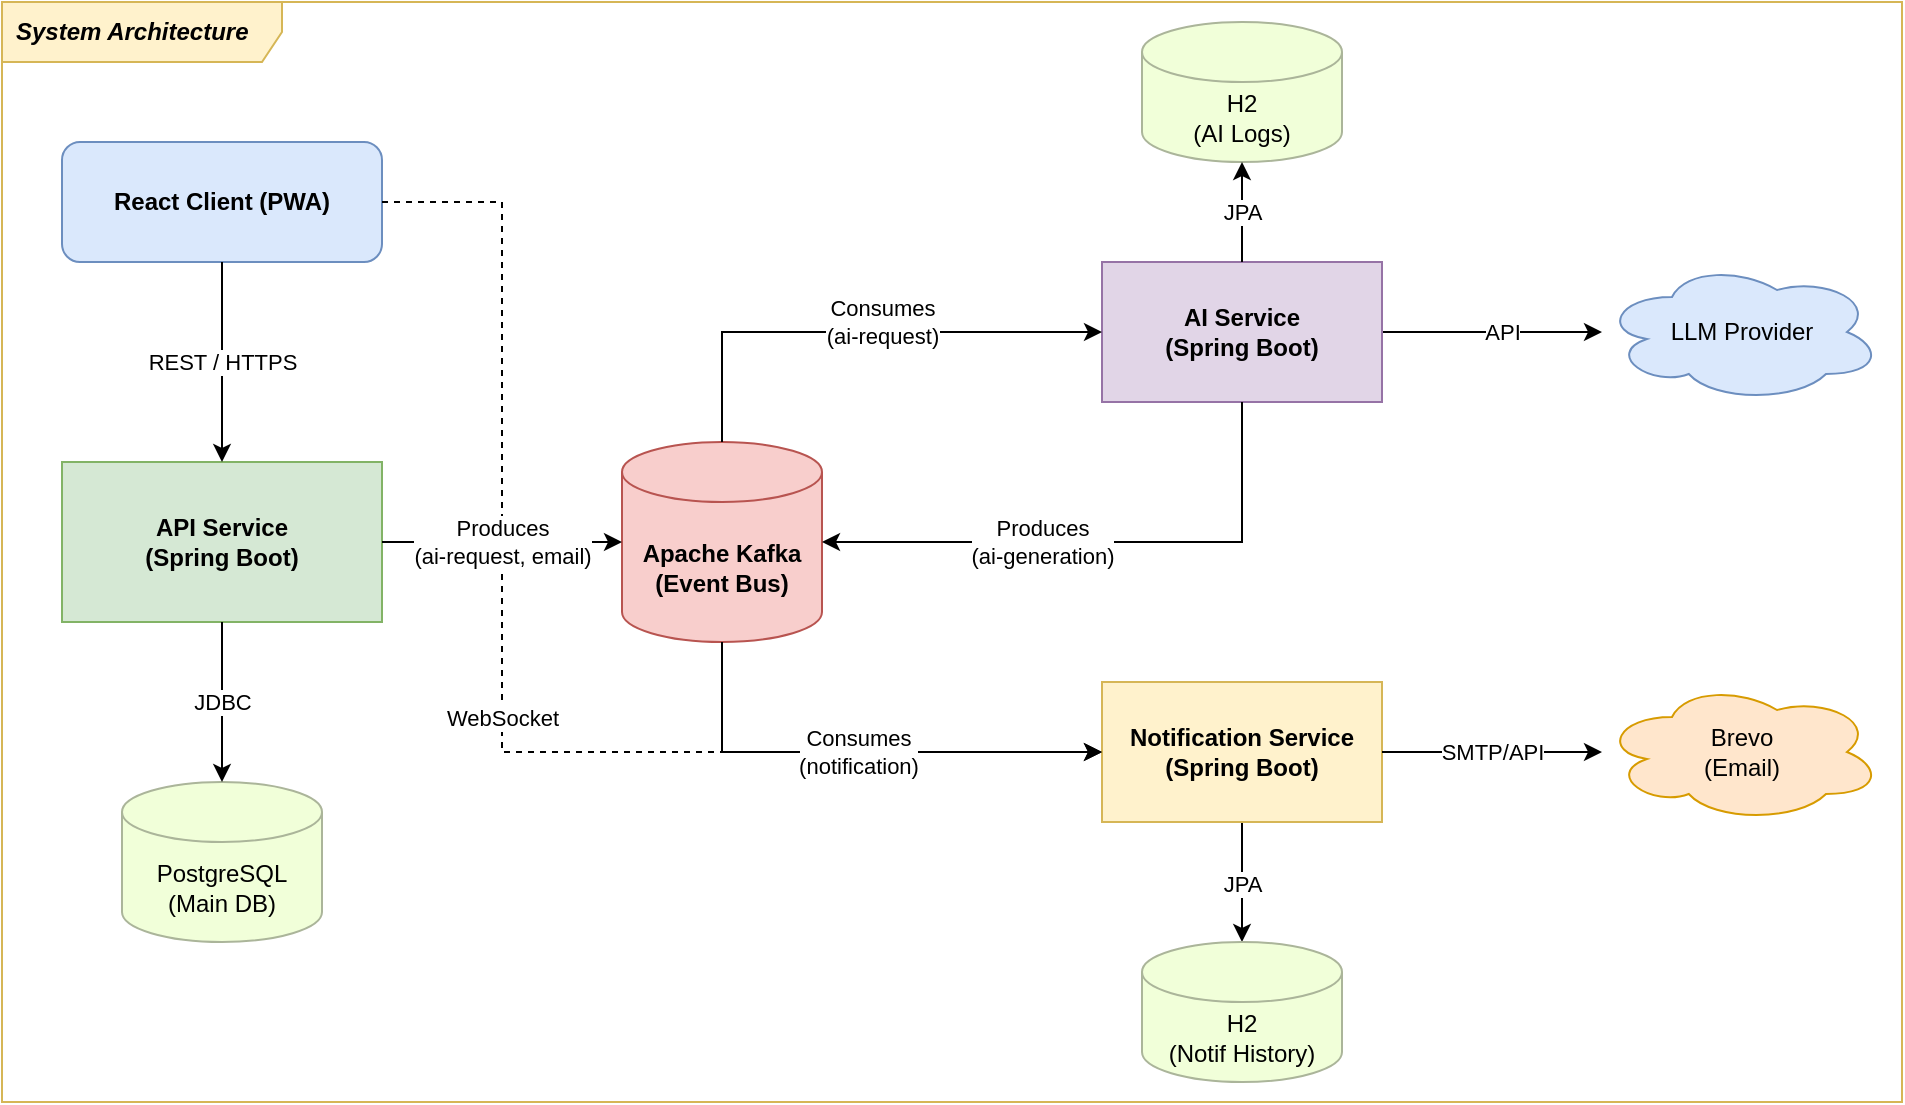
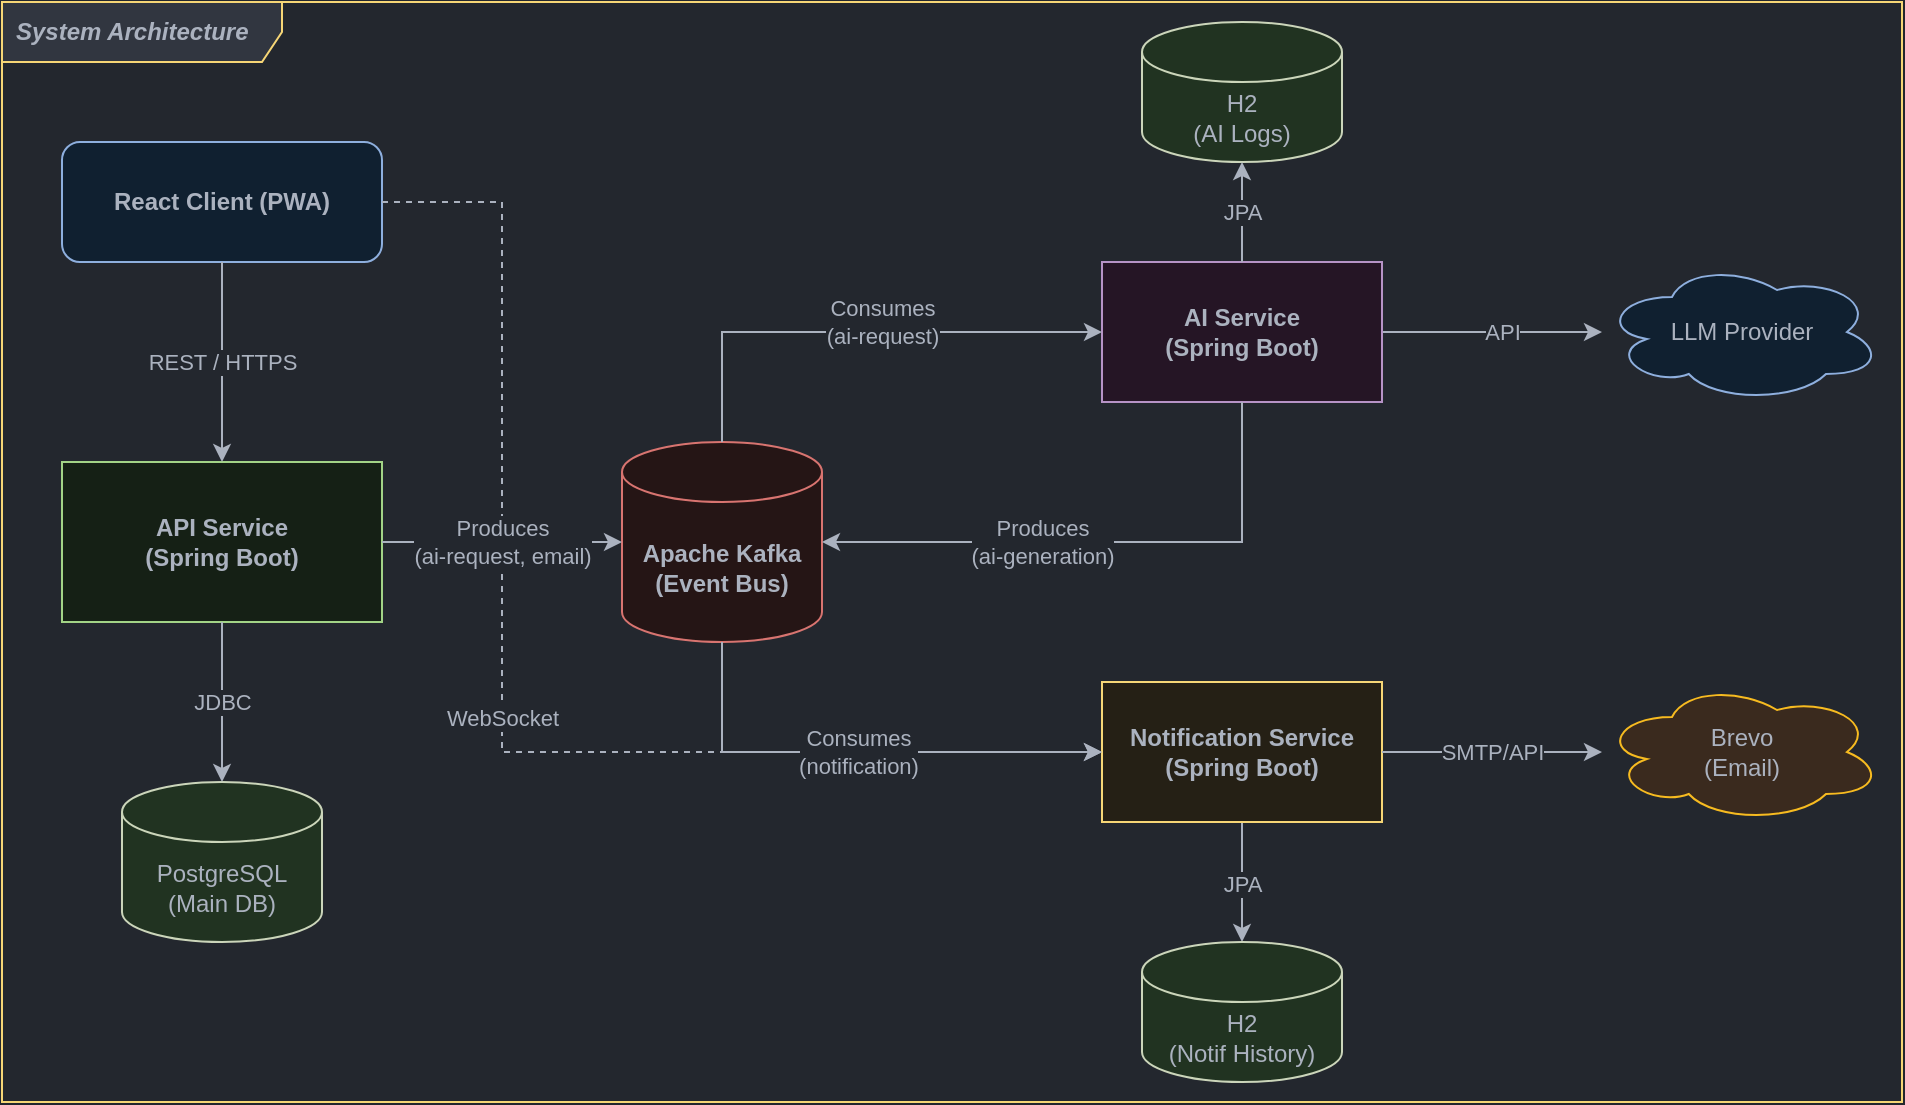
<mxfile host="65bd71144e">
    <diagram id="sys-arch-v2" name="System Architecture V2">
-         <mxGraphModel dx="1839" dy="906" grid="1" gridSize="10" guides="1" tooltips="1" connect="1" arrows="1" fold="1" page="1" pageScale="1" pageWidth="1169" pageHeight="827" math="0" shadow="0">
+         <mxGraphModel dx="2032" dy="1268" grid="1" gridSize="10" guides="1" tooltips="1" connect="1" arrows="1" fold="1" page="1" pageScale="1" pageWidth="1169" pageHeight="827" background="#23272e" math="0" shadow="0">
            <root>
                <mxCell id="0"/>
                <mxCell id="1" parent="0"/>
-                 <mxCell id="8" value="&lt;b style=&quot;border-color: rgb(218, 220, 224); text-align: center;&quot;&gt;&lt;i style=&quot;border-color: rgb(218, 220, 224);&quot;&gt;System Architecture&lt;/i&gt;&lt;/b&gt;" style="shape=umlFrame;whiteSpace=wrap;html=1;width=140;height=30;boundedLbl=1;verticalAlign=middle;align=left;spacingLeft=5;fillColor=#fff2cc;strokeColor=#d6b656;swimlaneFillColor=default;" vertex="1" parent="1">
+                 <mxCell id="8" value="&lt;b style=&quot;border-color: rgb(218, 220, 224); text-align: center;&quot;&gt;&lt;i style=&quot;border-color: rgb(218, 220, 224);&quot;&gt;System Architecture&lt;/i&gt;&lt;/b&gt;" style="shape=umlFrame;whiteSpace=wrap;html=1;width=140;height=30;boundedLbl=1;verticalAlign=middle;align=left;spacingLeft=5;fillColor=#313640;strokeColor=#F6D676;swimlaneFillColor=#23272e;fontColor=#abb2bf;" parent="1" vertex="1">
                    <mxGeometry x="110" y="139" width="950" height="550" as="geometry"/>
                </mxCell>
-                 <mxCell id="client" value="React Client (PWA)" style="rounded=1;whiteSpace=wrap;html=1;fillColor=#dae8fc;strokeColor=#6c8ebf;fontStyle=1" parent="1" vertex="1">
+                 <mxCell id="client" value="React Client (PWA)" style="rounded=1;whiteSpace=wrap;html=1;fillColor=#102030;strokeColor=#8EAFDE;fontStyle=1;fontColor=#abb2bf;" parent="1" vertex="1">
                    <mxGeometry x="140" y="209" width="160" height="60" as="geometry"/>
                </mxCell>
-                 <mxCell id="api_service" value="API Service&#10;(Spring Boot)" style="rounded=0;whiteSpace=wrap;html=1;fillColor=#d5e8d4;strokeColor=#82b366;fontStyle=1" parent="1" vertex="1">
+                 <mxCell id="api_service" value="API Service&#10;(Spring Boot)" style="rounded=0;whiteSpace=wrap;html=1;fillColor=#152015;strokeColor=#A2D386;fontStyle=1;fontColor=#abb2bf;" parent="1" vertex="1">
                    <mxGeometry x="140" y="369" width="160" height="80" as="geometry"/>
                </mxCell>
-                 <mxCell id="kafka" value="Apache Kafka&#10;(Event Bus)" style="shape=cylinder3;whiteSpace=wrap;html=1;boundedLbl=1;backgroundOutline=1;size=15;fillColor=#f8cecc;strokeColor=#b85450;fontStyle=1" parent="1" vertex="1">
+                 <mxCell id="kafka" value="Apache Kafka&#10;(Event Bus)" style="shape=cylinder3;whiteSpace=wrap;html=1;boundedLbl=1;backgroundOutline=1;size=15;fillColor=#251515;strokeColor=#D87470;fontStyle=1;fontColor=#abb2bf;" parent="1" vertex="1">
                    <mxGeometry x="420" y="359" width="100" height="100" as="geometry"/>
                </mxCell>
-                 <mxCell id="4" value="" style="edgeStyle=none;html=1;endSize=6;rounded=1;" edge="1" parent="1" source="ai_service" target="openrouter">
+                 <mxCell id="4" value="" style="edgeStyle=none;html=1;endSize=6;rounded=1;fontColor=#abb2bf;strokeColor=#abb2bf;labelBackgroundColor=#23272e;" parent="1" source="ai_service" target="openrouter" edge="1">
                    <mxGeometry relative="1" as="geometry"/>
                </mxCell>
-                 <mxCell id="7" value="API" style="edgeLabel;html=1;align=center;verticalAlign=middle;resizable=0;points=[];" vertex="1" connectable="0" parent="4">
+                 <mxCell id="7" value="API" style="edgeLabel;html=1;align=center;verticalAlign=middle;resizable=0;points=[];fontColor=#abb2bf;labelBackgroundColor=#23272e;" parent="4" vertex="1" connectable="0">
                    <mxGeometry x="-0.1705" relative="1" as="geometry">
                        <mxPoint x="14" as="offset"/>
                    </mxGeometry>
                </mxCell>
-                 <mxCell id="ai_service" value="AI Service&#10;(Spring Boot)" style="rounded=0;whiteSpace=wrap;html=1;fillColor=#e1d5e7;strokeColor=#9673a6;fontStyle=1" parent="1" vertex="1">
+                 <mxCell id="ai_service" value="AI Service&#10;(Spring Boot)" style="rounded=0;whiteSpace=wrap;html=1;fillColor=#251525;strokeColor=#B693C6;fontStyle=1;fontColor=#abb2bf;" parent="1" vertex="1">
                    <mxGeometry x="660" y="269" width="140" height="70" as="geometry"/>
                </mxCell>
-                 <mxCell id="5" value="" style="edgeStyle=none;rounded=1;html=1;endSize=6;" edge="1" parent="1" source="notif_service" target="db_notif">
+                 <mxCell id="5" value="" style="edgeStyle=none;rounded=1;html=1;endSize=6;fontColor=#abb2bf;strokeColor=#abb2bf;" parent="1" source="notif_service" target="db_notif" edge="1">
                    <mxGeometry relative="1" as="geometry"/>
                </mxCell>
-                 <mxCell id="6" value="JPA" style="edgeLabel;html=1;align=center;verticalAlign=middle;resizable=0;points=[];" vertex="1" connectable="0" parent="5">
+                 <mxCell id="6" value="JPA" style="edgeLabel;html=1;align=center;verticalAlign=middle;resizable=0;points=[];fontColor=#abb2bf;labelBackgroundColor=#23272e;" parent="5" vertex="1" connectable="0">
                    <mxGeometry x="0.2445" relative="1" as="geometry">
                        <mxPoint y="-7" as="offset"/>
                    </mxGeometry>
                </mxCell>
-                 <mxCell id="notif_service" value="Notification Service&#10;(Spring Boot)" style="rounded=0;whiteSpace=wrap;html=1;fillColor=#fff2cc;strokeColor=#d6b656;fontStyle=1" parent="1" vertex="1">
+                 <mxCell id="notif_service" value="Notification Service&#10;(Spring Boot)" style="rounded=0;whiteSpace=wrap;html=1;fillColor=#252015;strokeColor=#F6D676;fontStyle=1;fontColor=#abb2bf;" parent="1" vertex="1">
                    <mxGeometry x="660" y="479" width="140" height="70" as="geometry"/>
                </mxCell>
-                 <mxCell id="db_main" value="PostgreSQL&#10;(Main DB)" style="shape=cylinder3;whiteSpace=wrap;html=1;boundedLbl=1;backgroundOutline=1;size=15;fillColor=#F1FFD9;strokeColor=#ABB59A;" parent="1" vertex="1">
+                 <mxCell id="db_main" value="PostgreSQL&#10;(Main DB)" style="shape=cylinder3;whiteSpace=wrap;html=1;boundedLbl=1;backgroundOutline=1;size=15;fillColor=#213321;strokeColor=#CBD5BA;fontColor=#abb2bf;" parent="1" vertex="1">
                    <mxGeometry x="170" y="529" width="100" height="80" as="geometry"/>
                </mxCell>
-                 <mxCell id="db_ai" value="H2&lt;br&gt;(AI Logs)" style="shape=cylinder3;whiteSpace=wrap;html=1;boundedLbl=1;backgroundOutline=1;size=15;fillColor=#F1FFD9;strokeColor=#ABB59A;" parent="1" vertex="1">
+                 <mxCell id="db_ai" value="H2&lt;br&gt;(AI Logs)" style="shape=cylinder3;whiteSpace=wrap;html=1;boundedLbl=1;backgroundOutline=1;size=15;fillColor=#213321;strokeColor=#CBD5BA;fontColor=#abb2bf;" parent="1" vertex="1">
                    <mxGeometry x="680" y="149" width="100" height="70" as="geometry"/>
                </mxCell>
-                 <mxCell id="db_notif" value="H2&lt;br&gt;(Notif History)" style="shape=cylinder3;whiteSpace=wrap;html=1;boundedLbl=1;backgroundOutline=1;size=15;fillColor=#F1FFD9;strokeColor=#ABB59A;" parent="1" vertex="1">
+                 <mxCell id="db_notif" value="H2&lt;br&gt;(Notif History)" style="shape=cylinder3;whiteSpace=wrap;html=1;boundedLbl=1;backgroundOutline=1;size=15;fillColor=#213321;strokeColor=#CBD5BA;fontColor=#abb2bf;" parent="1" vertex="1">
                    <mxGeometry x="680" y="609" width="100" height="70" as="geometry"/>
                </mxCell>
-                 <mxCell id="openrouter" value="LLM Provider" style="ellipse;shape=cloud;whiteSpace=wrap;html=1;fillColor=#dae8fc;strokeColor=#6c8ebf;" parent="1" vertex="1">
+                 <mxCell id="openrouter" value="LLM Provider" style="ellipse;shape=cloud;whiteSpace=wrap;html=1;fillColor=#102030;strokeColor=#8EAFDE;fontColor=#abb2bf;" parent="1" vertex="1">
                    <mxGeometry x="910" y="269" width="140" height="70" as="geometry"/>
                </mxCell>
-                 <mxCell id="brevo" value="Brevo&#10;(Email)" style="ellipse;shape=cloud;whiteSpace=wrap;html=1;fillColor=#ffe6cc;strokeColor=#d79b00;" parent="1" vertex="1">
+                 <mxCell id="brevo" value="Brevo&#10;(Email)" style="ellipse;shape=cloud;whiteSpace=wrap;html=1;fillColor=#3A2A1E;strokeColor=#F7BB20;fontColor=#abb2bf;" parent="1" vertex="1">
                    <mxGeometry x="910" y="479" width="140" height="70" as="geometry"/>
                </mxCell>
-                 <mxCell id="edge_c_api" value="REST / HTTPS" style="edgeStyle=orthogonalEdgeStyle;rounded=0;orthogonalLoop=1;jettySize=auto;html=1;entryX=0.5;entryY=0;entryDx=0;entryDy=0;exitX=0.5;exitY=1;exitDx=0;exitDy=0;" parent="1" source="client" target="api_service" edge="1">
+                 <mxCell id="edge_c_api" value="REST / HTTPS" style="edgeStyle=orthogonalEdgeStyle;rounded=0;orthogonalLoop=1;jettySize=auto;html=1;entryX=0.5;entryY=0;entryDx=0;entryDy=0;exitX=0.5;exitY=1;exitDx=0;exitDy=0;fontColor=#abb2bf;strokeColor=#abb2bf;labelBackgroundColor=#23272e;" parent="1" source="client" target="api_service" edge="1">
                    <mxGeometry relative="1" as="geometry"/>
                </mxCell>
-                 <mxCell id="edge_c_notif" value="WebSocket" style="edgeStyle=orthogonalEdgeStyle;rounded=0;orthogonalLoop=1;jettySize=auto;html=1;exitX=1;exitY=0.5;exitDx=0;exitDy=0;entryX=0;entryY=0.5;entryDx=0;entryDy=0;dashed=1;" parent="1" source="client" target="notif_service" edge="1">
+                 <mxCell id="edge_c_notif" value="WebSocket" style="edgeStyle=orthogonalEdgeStyle;rounded=0;orthogonalLoop=1;jettySize=auto;html=1;exitX=1;exitY=0.5;exitDx=0;exitDy=0;entryX=0;entryY=0.5;entryDx=0;entryDy=0;dashed=1;fontColor=#abb2bf;strokeColor=#abb2bf;labelBackgroundColor=#23272e;" parent="1" source="client" target="notif_service" edge="1">
                    <mxGeometry relative="1" as="geometry">
                        <Array as="points">
                            <mxPoint x="360" y="239"/>
                            <mxPoint x="360" y="514"/>
                        </Array>
                    </mxGeometry>
                </mxCell>
-                 <mxCell id="edge_api_db" value="JDBC" style="edgeStyle=orthogonalEdgeStyle;rounded=0;orthogonalLoop=1;jettySize=auto;html=1;entryX=0.5;entryY=0;entryDx=0;entryDy=0;" parent="1" source="api_service" target="db_main" edge="1">
+                 <mxCell id="edge_api_db" value="JDBC" style="edgeStyle=orthogonalEdgeStyle;rounded=0;orthogonalLoop=1;jettySize=auto;html=1;entryX=0.5;entryY=0;entryDx=0;entryDy=0;fontColor=#abb2bf;strokeColor=#abb2bf;labelBackgroundColor=#23272e;" parent="1" source="api_service" target="db_main" edge="1">
                    <mxGeometry relative="1" as="geometry"/>
                </mxCell>
-                 <mxCell id="edge_api_kafka" value="Produces&#10;(ai-request, email)" style="edgeStyle=orthogonalEdgeStyle;rounded=0;orthogonalLoop=1;jettySize=auto;html=1;entryX=0;entryY=0.5;entryDx=0;entryDy=0;" parent="1" source="api_service" target="kafka" edge="1">
+                 <mxCell id="edge_api_kafka" value="Produces&#10;(ai-request, email)" style="edgeStyle=orthogonalEdgeStyle;rounded=0;orthogonalLoop=1;jettySize=auto;html=1;entryX=0;entryY=0.5;entryDx=0;entryDy=0;fontColor=#abb2bf;strokeColor=#abb2bf;labelBackgroundColor=#23272e;" parent="1" source="api_service" target="kafka" edge="1">
                    <mxGeometry relative="1" as="geometry"/>
                </mxCell>
-                 <mxCell id="edge_kafka_ai" value="Consumes&#10;(ai-request)" style="edgeStyle=orthogonalEdgeStyle;rounded=0;orthogonalLoop=1;jettySize=auto;html=1;exitX=0.5;exitY=0;exitDx=0;exitDy=0;entryX=0;entryY=0.5;entryDx=0;entryDy=0;" parent="1" source="kafka" target="ai_service" edge="1">
+                 <mxCell id="edge_kafka_ai" value="Consumes&#10;(ai-request)" style="edgeStyle=orthogonalEdgeStyle;rounded=0;orthogonalLoop=1;jettySize=auto;html=1;exitX=0.5;exitY=0;exitDx=0;exitDy=0;entryX=0;entryY=0.5;entryDx=0;entryDy=0;fontColor=#abb2bf;strokeColor=#abb2bf;labelBackgroundColor=#23272e;" parent="1" source="kafka" target="ai_service" edge="1">
                    <mxGeometry x="0.102" y="5" relative="1" as="geometry">
                        <Array as="points">
                            <mxPoint x="470" y="304"/>
                        </Array>
                        <mxPoint as="offset"/>
                    </mxGeometry>
                </mxCell>
-                 <mxCell id="edge_kafka_notif" value="Consumes&#10;(notification)" style="edgeStyle=orthogonalEdgeStyle;rounded=0;orthogonalLoop=1;jettySize=auto;html=1;exitX=0.5;exitY=1;exitDx=0;exitDy=0;entryX=0;entryY=0.5;entryDx=0;entryDy=0;" parent="1" source="kafka" target="notif_service" edge="1">
+                 <mxCell id="edge_kafka_notif" value="Consumes&#10;(notification)" style="edgeStyle=orthogonalEdgeStyle;rounded=0;orthogonalLoop=1;jettySize=auto;html=1;exitX=0.5;exitY=1;exitDx=0;exitDy=0;entryX=0;entryY=0.5;entryDx=0;entryDy=0;fontColor=#abb2bf;strokeColor=#abb2bf;labelBackgroundColor=#23272e;" parent="1" source="kafka" target="notif_service" edge="1">
                    <mxGeometry relative="1" as="geometry">
                        <Array as="points">
                            <mxPoint x="470" y="514"/>
                        </Array>
                    </mxGeometry>
                </mxCell>
-                 <mxCell id="edge_ai_kafka" value="Produces&#10;(ai-generation)" style="edgeStyle=orthogonalEdgeStyle;rounded=0;orthogonalLoop=1;jettySize=auto;html=1;entryX=1;entryY=0.5;entryDx=0;entryDy=0;entryPerimeter=0;" parent="1" target="kafka" edge="1">
+                 <mxCell id="edge_ai_kafka" value="Produces&#10;(ai-generation)" style="edgeStyle=orthogonalEdgeStyle;rounded=0;orthogonalLoop=1;jettySize=auto;html=1;entryX=1;entryY=0.5;entryDx=0;entryDy=0;entryPerimeter=0;fontColor=#abb2bf;strokeColor=#abb2bf;labelBackgroundColor=#23272e;" parent="1" target="kafka" edge="1">
                    <mxGeometry x="0.2143" relative="1" as="geometry">
                        <Array as="points">
                            <mxPoint x="730" y="409"/>
                        </Array>
                        <mxPoint as="offset"/>
                        <mxPoint x="730" y="339" as="sourcePoint"/>
                    </mxGeometry>
                </mxCell>
-                 <mxCell id="edge_ai_db" value="JPA" style="edgeStyle=orthogonalEdgeStyle;rounded=0;orthogonalLoop=1;jettySize=auto;html=1;entryX=0.5;entryY=1;entryDx=0;entryDy=0;" parent="1" source="ai_service" target="db_ai" edge="1">
+                 <mxCell id="edge_ai_db" value="JPA" style="edgeStyle=orthogonalEdgeStyle;rounded=0;orthogonalLoop=1;jettySize=auto;html=1;entryX=0.5;entryY=1;entryDx=0;entryDy=0;fontColor=#abb2bf;strokeColor=#abb2bf;labelBackgroundColor=#23272e;" parent="1" source="ai_service" target="db_ai" edge="1">
                    <mxGeometry relative="1" as="geometry"/>
                </mxCell>
-                 <mxCell id="edge_notif_ext" value="SMTP/API" style="edgeStyle=orthogonalEdgeStyle;rounded=0;orthogonalLoop=1;jettySize=auto;html=1;" parent="1" source="notif_service" target="brevo" edge="1">
+                 <mxCell id="edge_notif_ext" value="SMTP/API" style="edgeStyle=orthogonalEdgeStyle;rounded=0;orthogonalLoop=1;jettySize=auto;html=1;fontColor=#abb2bf;strokeColor=#abb2bf;labelBackgroundColor=#23272e;" parent="1" source="notif_service" target="brevo" edge="1">
                    <mxGeometry relative="1" as="geometry">
                        <Array as="points">
                            <mxPoint x="910" y="514"/>
                            <mxPoint x="910" y="514"/>
                        </Array>
                    </mxGeometry>
                </mxCell>
            </root>
        </mxGraphModel>
    </diagram>
</mxfile>